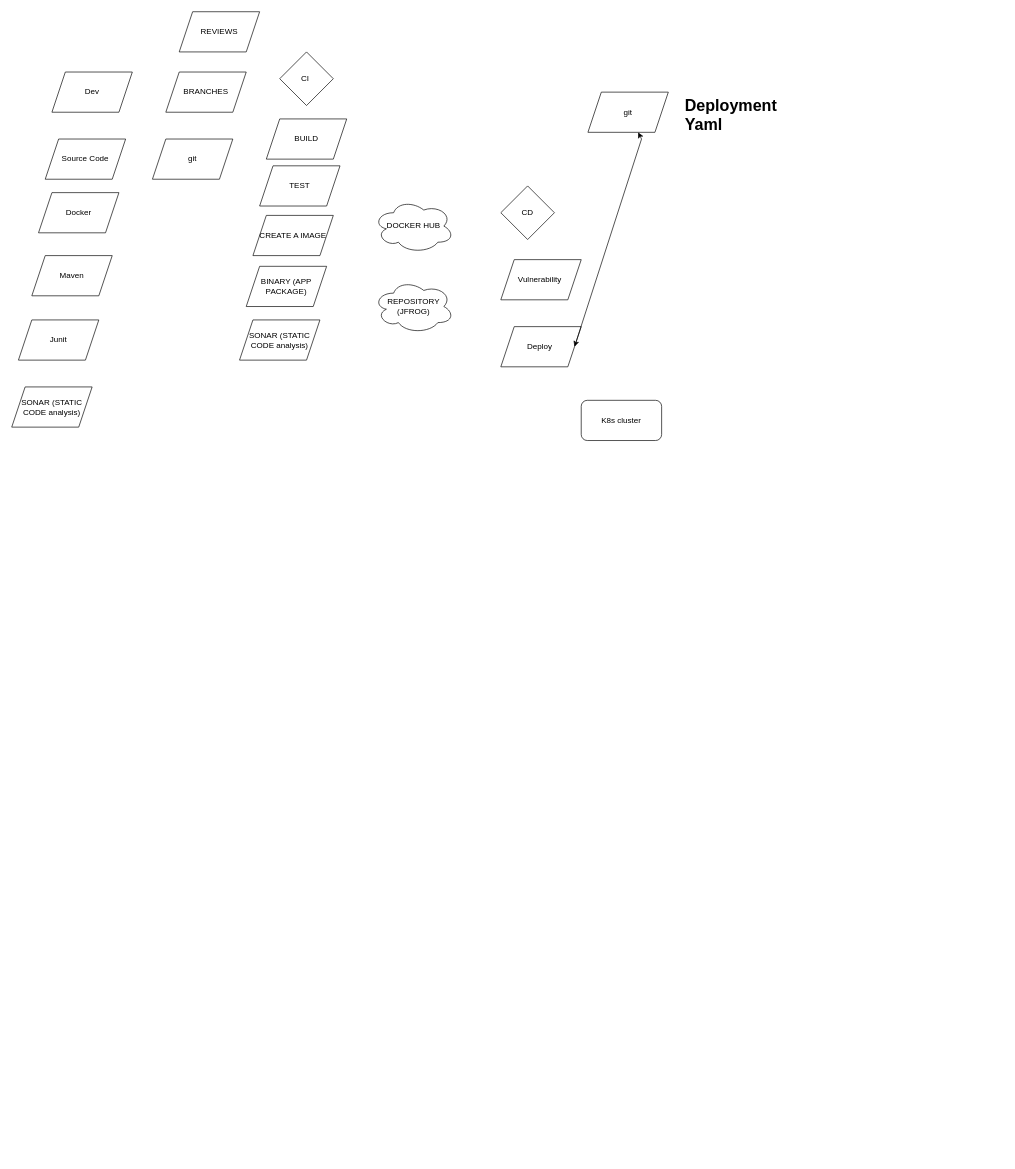
This is page "Page-4" (4 of 4) of Untitled Diagram.drawio from Vivek3489/DockerTutorials, a draw.io file, before an edit. Source tidied: cells renumbered, new cells numbered last; positions are measured from the earlier drawing's top-left corner, leaving out a move shared by most shapes. Both pictures are drawn from the tidied source at 67%, with x=0, y=0 at pixel (11, 11).
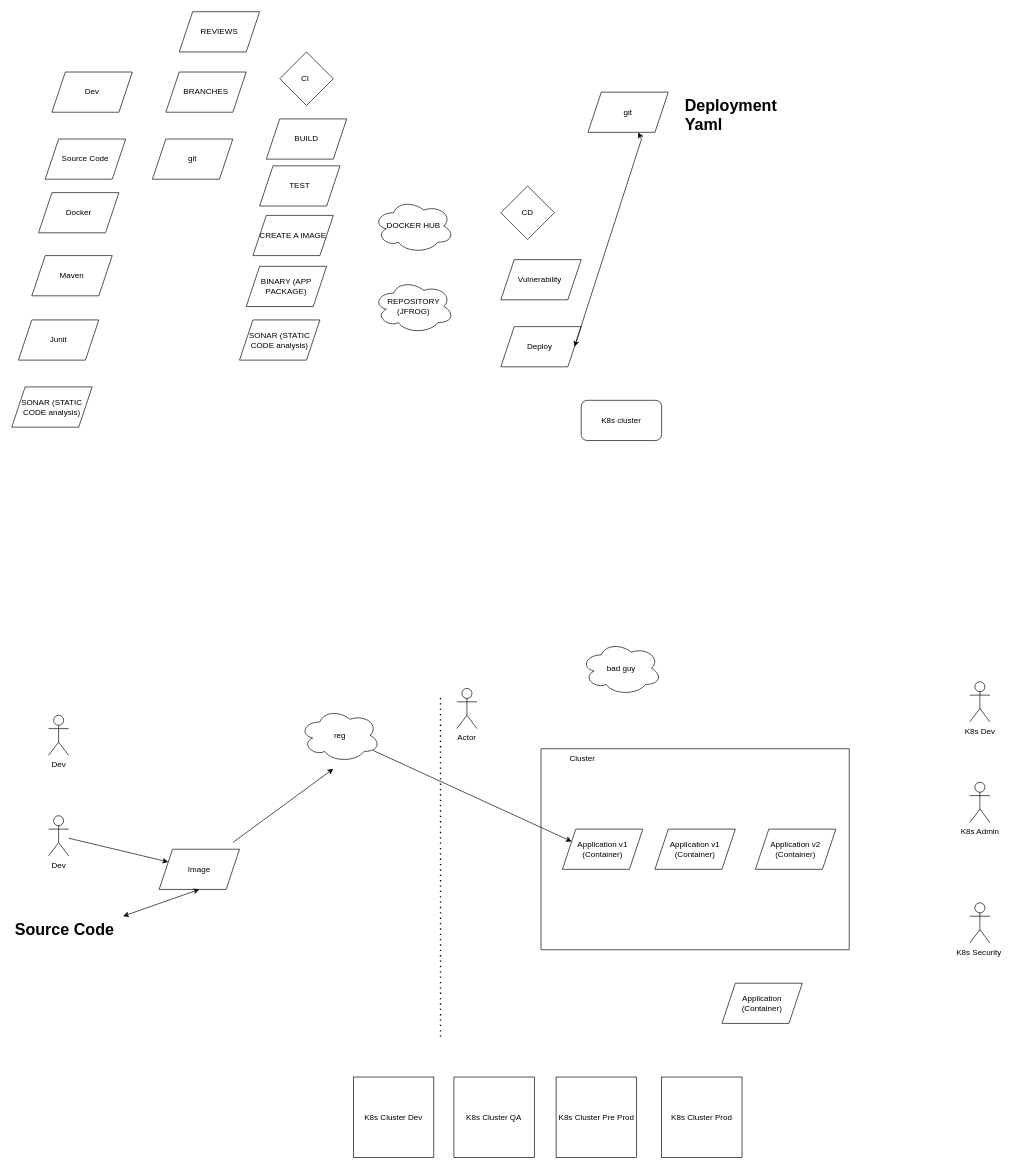
The same diagram, later.

Diff of the diagram source:
```diff
@@
+    <mxCell id="26" value="Dev" style="shape=umlActor;verticalLabelPosition=bottom;verticalAlign=top;html=1;outlineConnect=0;" parent="1" vertex="1">
+      <mxGeometry x="55" y="1200" width="30" height="60" as="geometry" />
+    </mxCell>
+    <mxCell id="27" value="&lt;h1&gt;Source Code&lt;/h1&gt;" style="text;html=1;strokeColor=none;fillColor=none;spacing=5;spacingTop=-20;whiteSpace=wrap;overflow=hidden;rounded=0;" parent="1" vertex="1">
+      <mxGeometry y="1350" width="190" height="50" as="geometry" />
+    </mxCell>
+    <mxCell id="28" value="Image" style="shape=parallelogram;perimeter=parallelogramPerimeter;whiteSpace=wrap;html=1;fixedSize=1;" parent="1" vertex="1">
+      <mxGeometry x="220" y="1250" width="120" height="60" as="geometry" />
+    </mxCell>
+    <mxCell id="29" value="reg" style="ellipse;shape=cloud;whiteSpace=wrap;html=1;" parent="1" vertex="1">
+      <mxGeometry x="430" y="1040" width="120" height="80" as="geometry" />
+    </mxCell>
+    <mxCell id="30" style="endArrow=classic;html=1;rounded=0;" parent="1" edge="1">
+      <mxGeometry relative="1" as="geometry">
+        <mxPoint x="330" y="1240" as="sourcePoint" />
+        <mxPoint x="480" y="1130" as="targetPoint" />
+      </mxGeometry>
+    </mxCell>
+    <mxCell id="31" style="endArrow=classic;html=1;rounded=0;" parent="1" edge="1" source="26" target="28">
+      <mxGeometry relative="1" as="geometry" />
+    </mxCell>
+    <mxCell id="32" style="endArrow=classic;startArrow=classic;html=1;rounded=0;entryX=0.5;entryY=1;entryDx=0;entryDy=0;" parent="1" edge="1" source="27" target="28">
+      <mxGeometry relative="1" as="geometry" />
+    </mxCell>
+    <mxCell id="33" style="endArrow=none;dashed=1;html=1;dashPattern=1 3;strokeWidth=2;rounded=0;" parent="1" edge="1">
+      <mxGeometry relative="1" as="geometry">
+        <mxPoint x="640" y="1530" as="sourcePoint" />
+        <mxPoint x="640" y="1020" as="targetPoint" />
+      </mxGeometry>
+    </mxCell>
+    <mxCell id="34" style="swimlane;startSize=0;" parent="1" vertex="1">
+      <mxGeometry x="790" y="1100" width="460" height="300" as="geometry" />
+    </mxCell>
+    <mxCell id="35" value="Cluster" style="text;html=1;strokeColor=none;fillColor=none;align=center;verticalAlign=middle;whiteSpace=wrap;rounded=0;" parent="34" vertex="1">
+      <mxGeometry x="31.9" width="60" height="30" as="geometry" />
+    </mxCell>
+    <mxCell id="36" value="Application v1 (Container)" style="shape=parallelogram;perimeter=parallelogramPerimeter;whiteSpace=wrap;html=1;fixedSize=1;" parent="34" vertex="1">
+      <mxGeometry x="31.9" y="120" width="120" height="60" as="geometry" />
+    </mxCell>
+    <mxCell id="37" value="Application v1 (Container)" style="shape=parallelogram;perimeter=parallelogramPerimeter;whiteSpace=wrap;html=1;fixedSize=1;" parent="34" vertex="1">
+      <mxGeometry x="170" y="120" width="120" height="60" as="geometry" />
+    </mxCell>
+    <mxCell id="38" value="Application v2 (Container)" style="shape=parallelogram;perimeter=parallelogramPerimeter;whiteSpace=wrap;html=1;fixedSize=1;" parent="34" vertex="1">
+      <mxGeometry x="320" y="120" width="120" height="60" as="geometry" />
+    </mxCell>
+    <mxCell id="39" style="endArrow=classic;html=1;rounded=0;entryX=0;entryY=0.25;entryDx=0;entryDy=0;" parent="1" edge="1" source="29" target="36">
+      <mxGeometry relative="1" as="geometry" />
+    </mxCell>
+    <mxCell id="40" value="bad guy" style="ellipse;shape=cloud;whiteSpace=wrap;html=1;" parent="1" vertex="1">
+      <mxGeometry x="850" y="940" width="120" height="80" as="geometry" />
+    </mxCell>
+    <mxCell id="41" value="Application (Container)" style="shape=parallelogram;perimeter=parallelogramPerimeter;whiteSpace=wrap;html=1;fixedSize=1;" parent="1" vertex="1">
+      <mxGeometry x="1060" y="1450" width="120" height="60" as="geometry" />
+    </mxCell>
+    <mxCell id="42" value="K8s Dev" style="shape=umlActor;verticalLabelPosition=bottom;verticalAlign=top;html=1;" parent="1" vertex="1">
+      <mxGeometry x="1430" y="1000" width="30" height="60" as="geometry" />
+    </mxCell>
+    <mxCell id="43" value="K8s Admin" style="shape=umlActor;verticalLabelPosition=bottom;verticalAlign=top;html=1;" parent="1" vertex="1">
+      <mxGeometry x="1430" y="1150" width="30" height="60" as="geometry" />
+    </mxCell>
+    <mxCell id="44" value="K8s Security&amp;nbsp;" style="shape=umlActor;verticalLabelPosition=bottom;verticalAlign=top;html=1;" parent="1" vertex="1">
+      <mxGeometry x="1430" y="1330" width="30" height="60" as="geometry" />
+    </mxCell>
+    <mxCell id="45" value="Actor" style="shape=umlActor;verticalLabelPosition=bottom;verticalAlign=top;html=1;" parent="1" vertex="1">
+      <mxGeometry x="664.4" y="1010" width="30" height="60" as="geometry" />
+    </mxCell>
+    <mxCell id="46" value="K8s Cluster Dev" style="rounded=0;whiteSpace=wrap;html=1;" parent="1" vertex="1">
+      <mxGeometry x="510" y="1590" width="120" height="120" as="geometry" />
+    </mxCell>
+    <mxCell id="47" value="K8s Cluster QA" style="rounded=0;whiteSpace=wrap;html=1;" parent="1" vertex="1">
+      <mxGeometry x="660" y="1590" width="120" height="120" as="geometry" />
+    </mxCell>
+    <mxCell id="48" value="K8s Cluster Pre Prod" style="rounded=0;whiteSpace=wrap;html=1;" parent="1" vertex="1">
+      <mxGeometry x="812.5" y="1590" width="120" height="120" as="geometry" />
+    </mxCell>
+    <mxCell id="49" value="K8s Cluster Prod" style="rounded=0;whiteSpace=wrap;html=1;" parent="1" vertex="1">
+      <mxGeometry x="970" y="1590" width="120" height="120" as="geometry" />
+    </mxCell>
+    <mxCell id="50" value="Dev" style="shape=umlActor;verticalLabelPosition=bottom;verticalAlign=top;html=1;" parent="1" vertex="1">
+      <mxGeometry x="55" y="1050" width="30" height="60" as="geometry" />
+    </mxCell>
```
